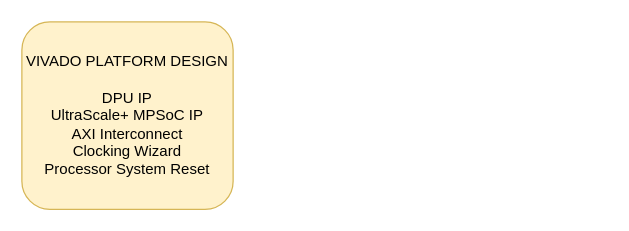
The draw.io diagram Full Acceleration WorkFlow.drawio in APVGITHUB/stereo-fpga, before the edit. Source tidied: cells renumbered, new cells numbered last; positions are measured from the earlier drawing's top-left corner, leaving out a move shared by most shapes. Both pictures are drawn from the tidied source at 125%, with x=0, y=0 at pixel (21, 21).
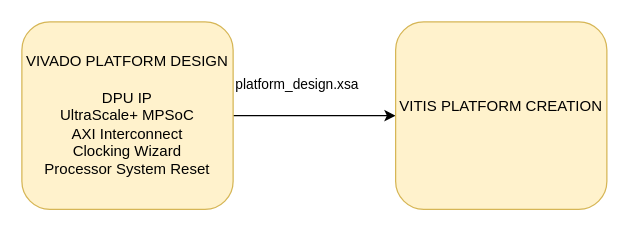
After the change.

The edit, as a diff of the source:
```diff
@@
 <mxGraphModel>
   <root>
     <mxCell id="0" />
     <mxCell id="1" parent="0" />
+    <mxCell id="3" value="platform_design.xsa" style="edgeStyle=orthogonalEdgeStyle;rounded=0;jettySize=auto;html=1;entryX=0;entryY=0.5;entryDx=0;entryDy=0;" parent="1" edge="1" source="2" target="4">
+      <mxGeometry x="-0.23" y="25" relative="1" as="geometry">
+        <mxPoint x="1" as="offset" />
+      </mxGeometry>
+    </mxCell>
-    <mxCell id="2" value="&lt;div&gt;VIVADO PLATFORM DESIGN&lt;br&gt;&lt;/div&gt;&lt;div align=&quot;left&quot;&gt;&lt;br&gt;&lt;/div&gt;&lt;div&gt;DPU IP&lt;/div&gt;&lt;div&gt;UltraScale+ MPSoC IP&lt;br&gt;&lt;/div&gt;&lt;div&gt;AXI Interconnect&lt;/div&gt;&lt;div&gt;Clocking Wizard&lt;br&gt;&lt;/div&gt;&lt;div&gt;Processor System Reset&lt;br&gt;&lt;/div&gt;" style="rounded=1;whiteSpace=wrap;html=1;fillColor=#fff2cc;strokeColor=#d6b656;" parent="1" vertex="1">
+    <mxCell id="2" value="&lt;div&gt;VIVADO PLATFORM DESIGN&lt;br&gt;&lt;/div&gt;&lt;div align=&quot;left&quot;&gt;&lt;br&gt;&lt;/div&gt;&lt;div&gt;DPU IP&lt;/div&gt;&lt;div&gt;UltraScale+ MPSoC&lt;br&gt;&lt;/div&gt;&lt;div&gt;AXI Interconnect&lt;/div&gt;&lt;div&gt;Clocking Wizard&lt;br&gt;&lt;/div&gt;&lt;div&gt;Processor System Reset&lt;br&gt;&lt;/div&gt;" style="rounded=1;whiteSpace=wrap;html=1;fillColor=#fff2cc;strokeColor=#d6b656;" parent="1" vertex="1">
       <mxGeometry width="169" height="150" as="geometry" />
     </mxCell>
+    <mxCell id="4" value="&lt;div&gt;VITIS PLATFORM CREATION&lt;br&gt;&lt;/div&gt;&lt;div align=&quot;left&quot;&gt;&lt;br&gt;&lt;/div&gt;" style="rounded=1;whiteSpace=wrap;html=1;fillColor=#fff2cc;strokeColor=#d6b656;" parent="1" vertex="1">
+      <mxGeometry x="299" width="169" height="150" as="geometry" />
+    </mxCell>
   </root>
 </mxGraphModel>
```
